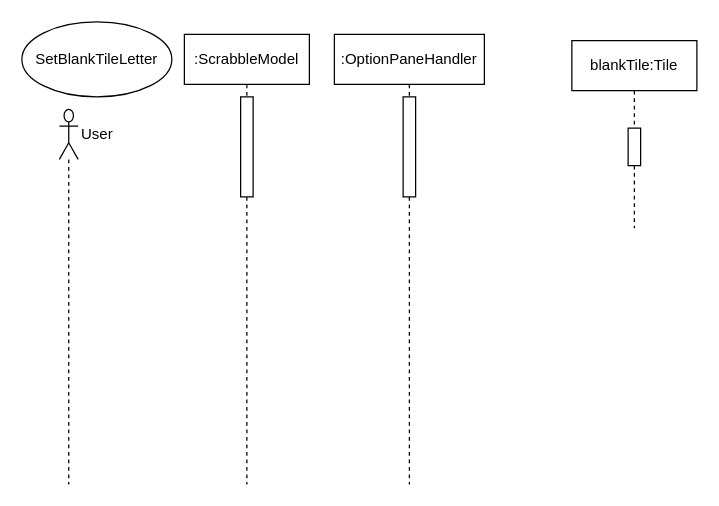
Earlier version of the draw.io diagram UML/SequenceDiagrams/SetBlankTileLetter.drawio (trk20/Scuffle). Source tidied: cells renumbered, new cells numbered last; positions are measured from the earlier drawing's top-left corner, leaving out a move shared by most shapes. Both pictures are drawn from the tidied source at 125%, with x=0, y=0 at pixel (21, 21).
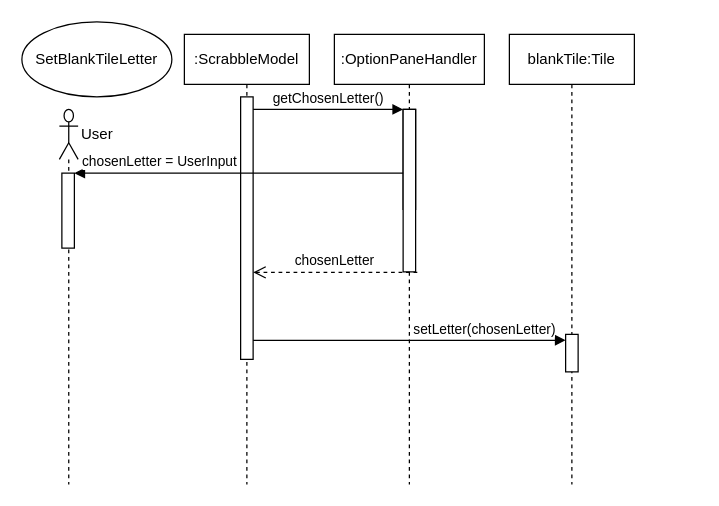
Above is the later version.

Commit message:
More sequence diagram

The edit, as a diff of the source:
```diff
@@
 <mxGraphModel>
   <root>
     <mxCell id="0" />
     <mxCell id="1" parent="0" />
     <mxCell id="2" value=":ScrabbleModel" style="shape=umlLifeline;perimeter=lifelinePerimeter;whiteSpace=wrap;html=1;" parent="1" vertex="1">
       <mxGeometry x="130" y="10" width="100" height="360" as="geometry" />
     </mxCell>
     <mxCell id="3" style="html=1;points=[];perimeter=orthogonalPerimeter;" parent="2" vertex="1">
-      <mxGeometry x="45" y="50" width="10" height="80" as="geometry" />
+      <mxGeometry x="45" y="50" width="10" height="210" as="geometry" />
     </mxCell>
+    <mxCell id="11" value="setLetter(chosenLetter)" style="html=1;verticalAlign=bottom;endArrow=block;rounded=0;" parent="2" edge="1" target="5">
+      <mxGeometry x="0.48" relative="1" as="geometry">
+        <mxPoint x="55" y="244.7" as="sourcePoint" />
+      </mxGeometry>
+    </mxCell>
     <mxCell id="4" value="blankTile:Tile" style="shape=umlLifeline;perimeter=lifelinePerimeter;whiteSpace=wrap;html=1;" parent="1" vertex="1">
-      <mxGeometry x="440" y="15" width="100" height="150" as="geometry" />
+      <mxGeometry x="390" y="10" width="100" height="360" as="geometry" />
     </mxCell>
     <mxCell id="5" style="html=1;points=[];perimeter=orthogonalPerimeter;" parent="4" vertex="1">
-      <mxGeometry x="45" y="70" width="10" height="30" as="geometry" />
+      <mxGeometry x="45" y="240" width="10" height="30" as="geometry" />
     </mxCell>
     <mxCell id="6" value="SetBlankTileLetter" style="ellipse;whiteSpace=wrap;html=1;" parent="1" vertex="1">
       <mxGeometry width="120" height="60" as="geometry" />
     </mxCell>
     <mxCell id="7" style="shape=umlLifeline;participant=umlActor;perimeter=lifelinePerimeter;whiteSpace=wrap;html=1;verticalAlign=top;spacingTop=36;size=40;" parent="1" vertex="1">
       <mxGeometry x="30" y="70" width="15" height="300" as="geometry" />
     </mxCell>
+    <mxCell id="12" style="html=1;points=[];perimeter=orthogonalPerimeter;" parent="7" vertex="1">
+      <mxGeometry x="2" y="51" width="10" height="60" as="geometry" />
+    </mxCell>
     <mxCell id="8" value="User" style="text;html=1;align=center;verticalAlign=middle;strokeColor=none;fillColor=none;" parent="1" vertex="1">
       <mxGeometry x="40" y="80" width="40" height="20" as="geometry" />
     </mxCell>
     <mxCell id="9" value=":OptionPaneHandler" style="shape=umlLifeline;perimeter=lifelinePerimeter;whiteSpace=wrap;html=1;" parent="1" vertex="1">
       <mxGeometry x="250" y="10" width="120" height="360" as="geometry" />
     </mxCell>
     <mxCell id="10" style="html=1;perimeter=orthogonalPerimeter;" parent="9" vertex="1">
-      <mxGeometry x="55" y="50" width="10" height="80" as="geometry" />
+      <mxGeometry x="55" y="60" width="10" height="80" as="geometry" />
     </mxCell>
+    <mxCell id="13" style="html=1;points=[];perimeter=orthogonalPerimeter;" parent="9" vertex="1">
+      <mxGeometry x="55" y="60" width="10" height="130" as="geometry" />
+    </mxCell>
+    <mxCell id="14" value="getChosenLetter()" style="html=1;verticalAlign=bottom;endArrow=block;entryX=0;entryY=0;rounded=0;" parent="1" edge="1" source="3" target="13">
+      <mxGeometry relative="1" as="geometry" />
+    </mxCell>
+    <mxCell id="15" value="chosenLetter = UserInput" style="html=1;verticalAlign=bottom;endArrow=block;entryX=1;entryY=0;rounded=0;" parent="1" edge="1" source="13" target="12">
+      <mxGeometry x="0.48" relative="1" as="geometry" />
+    </mxCell>
+    <mxCell id="16" value="chosenLetter" style="html=1;verticalAlign=bottom;endArrow=open;dashed=1;endSize=8;rounded=0;exitX=1.134;exitY=1.003;exitDx=0;exitDy=0;exitPerimeter=0;" parent="1" edge="1" source="13" target="3">
+      <mxGeometry relative="1" as="geometry" />
+    </mxCell>
   </root>
 </mxGraphModel>
```
